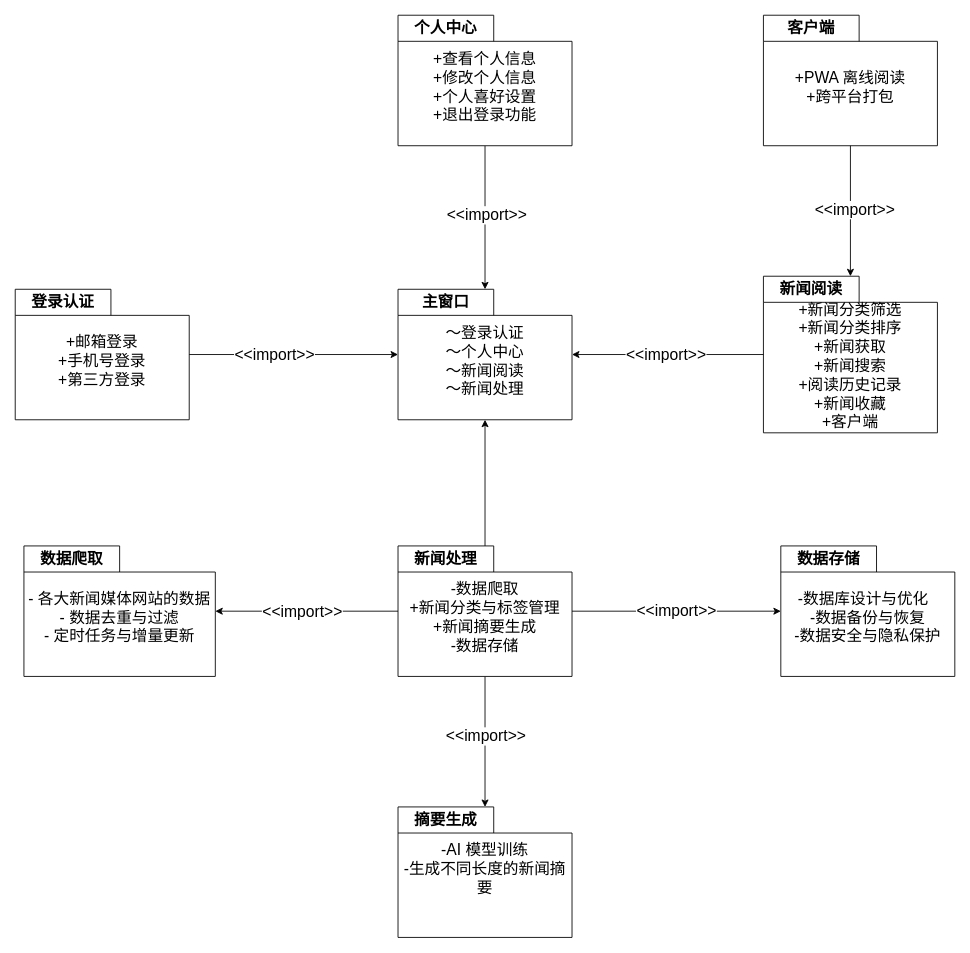
This is draw.io/包图.drawio from lijc210/app_storage, a draw.io file, before an edit. Source tidied: cells renumbered, new cells numbered last; positions are measured from the earlier drawing's top-left corner, leaving out a move shared by most shapes. Both pictures are drawn from the tidied source at 87%, with x=0, y=0 at pixel (15, 15).
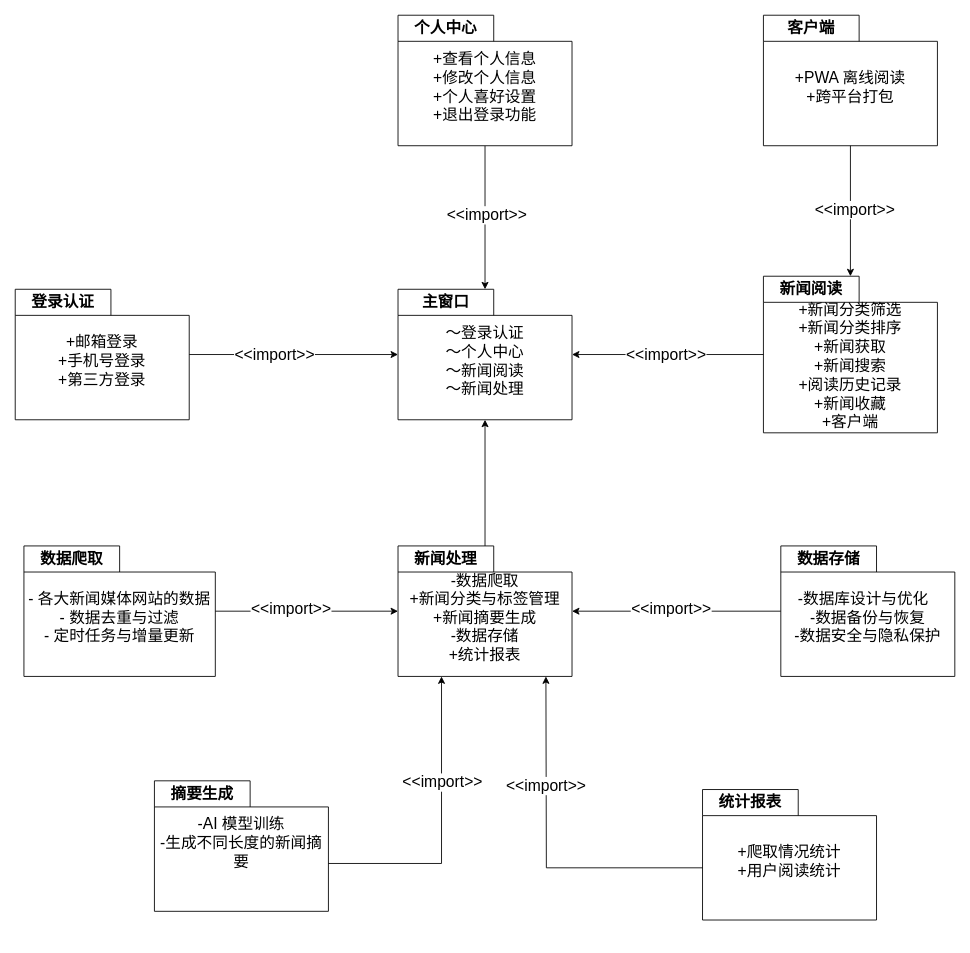
The same page after the edit.

Unchanged cells that the change refers to:
```xml
<mxCell id="15" value="新闻处理" style="shape=folder;fontStyle=1;tabWidth=110;tabHeight=30;tabPosition=left;html=1;boundedLbl=1;labelInHeader=1;whiteSpace=wrap;fontSize=18;" parent="1" vertex="1">
  <mxGeometry x="440" y="610" width="200" height="150" as="geometry" />
</mxCell>
<mxCell id="23" value="数据爬取" style="shape=folder;fontStyle=1;tabWidth=110;tabHeight=30;tabPosition=left;html=1;boundedLbl=1;labelInHeader=1;whiteSpace=wrap;fontSize=18;" parent="1" vertex="1">
  <mxGeometry x="10" y="610" width="220" height="150" as="geometry" />
</mxCell>
<mxCell id="29" value="数据存储" style="shape=folder;fontStyle=1;tabWidth=110;tabHeight=30;tabPosition=left;html=1;boundedLbl=1;labelInHeader=1;whiteSpace=wrap;fontSize=18;" parent="1" vertex="1">
  <mxGeometry x="880" y="610" width="200" height="150" as="geometry" />
</mxCell>
```

The edit, as a diff of the source:
```diff
@@
-    <mxCell id="13" style="edgeStyle=orthogonalEdgeStyle;rounded=0;jettySize=auto;html=1;fontSize=18;" parent="1" edge="1" source="15" target="27">
-      <mxGeometry relative="1" as="geometry" />
-    </mxCell>
-    <mxCell id="14" value="&amp;lt;&amp;lt;import&amp;gt;&amp;gt;" style="edgeLabel;html=1;align=center;verticalAlign=middle;fontSize=18;" parent="13" vertex="1">
-      <mxGeometry x="-0.09" relative="1" as="geometry" />
-    </mxCell>
@@
-    <mxCell id="16" value="-数据爬取&lt;br style=&quot;font-size: 18px;&quot;&gt;+新闻分类与标签管理&lt;br style=&quot;font-size: 18px;&quot;&gt;+新闻摘要生成&lt;br style=&quot;font-size: 18px;&quot;&gt;&lt;div style=&quot;font-size: 18px;&quot;&gt;-数据存储&lt;/div&gt;" style="html=1;strokeColor=none;fillColor=none;whiteSpace=wrap;fontSize=18;" parent="15" vertex="1">
+    <mxCell id="16" value="-数据爬取&lt;br style=&quot;font-size: 18px;&quot;&gt;+新闻分类与标签管理&lt;br style=&quot;font-size: 18px;&quot;&gt;+新闻摘要生成&lt;br style=&quot;font-size: 18px;&quot;&gt;&lt;div style=&quot;font-size: 18px;&quot;&gt;-数据存储&lt;br&gt;+统计报表&lt;/div&gt;" style="html=1;strokeColor=none;fillColor=none;whiteSpace=wrap;fontSize=18;" parent="15" vertex="1">
       <mxGeometry width="200" height="105" relative="1" as="geometry">
         <mxPoint y="30" as="offset" />
       </mxGeometry>
     </mxCell>
@@
-    <mxCell id="25" style="edgeStyle=orthogonalEdgeStyle;rounded=0;jettySize=auto;html=1;entryDx=150;entryDy=65;entryPerimeter=0;fontSize=18;" parent="1" edge="1" source="15" target="23">
-      <mxGeometry relative="1" as="geometry" />
-    </mxCell>
-    <mxCell id="26" value="&amp;lt;&amp;lt;import&amp;gt;&amp;gt;" style="edgeLabel;html=1;align=center;verticalAlign=middle;fontSize=18;" parent="25" vertex="1">
-      <mxGeometry x="0.06" relative="1" as="geometry" />
-    </mxCell>
     <mxCell id="27" value="摘要生成" style="shape=folder;fontStyle=1;tabWidth=110;tabHeight=30;tabPosition=left;html=1;boundedLbl=1;labelInHeader=1;whiteSpace=wrap;fontSize=18;" parent="1" vertex="1">
-      <mxGeometry x="440" y="910" width="200" height="150" as="geometry" />
+      <mxGeometry x="160" y="880" width="200" height="150" as="geometry" />
     </mxCell>
@@
-    <mxCell id="31" value="&lt;span style=&quot;font-size: 18px;&quot;&gt;&amp;lt;&amp;lt;import&amp;gt;&amp;gt;&lt;/span&gt;" style="edgeStyle=orthogonalEdgeStyle;rounded=0;jettySize=auto;html=1;entryDx=0;entryDy=65;entryPerimeter=0;fontSize=18;" parent="1" edge="1" source="15" target="29">
-      <mxGeometry relative="1" as="geometry" />
-    </mxCell>
@@
+    <mxCell id="36" value="统计报表" style="shape=folder;fontStyle=1;tabWidth=110;tabHeight=30;tabPosition=left;html=1;boundedLbl=1;labelInHeader=1;whiteSpace=wrap;fontSize=18;" parent="1" vertex="1">
+      <mxGeometry x="790" y="890" width="200" height="150" as="geometry" />
+    </mxCell>
+    <mxCell id="37" value="+爬取情况统计&lt;br&gt;+用户阅读统计" style="html=1;strokeColor=none;fillColor=none;whiteSpace=wrap;fontSize=18;" parent="36" vertex="1">
+      <mxGeometry width="200" height="105" relative="1" as="geometry">
+        <mxPoint y="30" as="offset" />
+      </mxGeometry>
+    </mxCell>
+    <mxCell id="38" style="edgeStyle=orthogonalEdgeStyle;rounded=0;jettySize=auto;html=1;entryDx=0;entryDy=0;entryPerimeter=0;" parent="1" edge="1" source="23" target="15">
+      <mxGeometry relative="1" as="geometry" />
+    </mxCell>
+    <mxCell id="39" value="&lt;span style=&quot;font-size: 18px;&quot;&gt;&amp;lt;&amp;lt;import&amp;gt;&amp;gt;&lt;/span&gt;" style="edgeLabel;html=1;align=center;verticalAlign=middle;" parent="38" vertex="1">
+      <mxGeometry x="-0.18" y="3" relative="1" as="geometry" />
+    </mxCell>
+    <mxCell id="40" style="edgeStyle=orthogonalEdgeStyle;rounded=0;jettySize=auto;html=1;entryDx=200;entryDy=90;entryPerimeter=0;" parent="1" edge="1" source="29" target="15">
+      <mxGeometry relative="1" as="geometry" />
+    </mxCell>
+    <mxCell id="41" value="&lt;span style=&quot;font-size: 18px;&quot;&gt;&amp;lt;&amp;lt;import&amp;gt;&amp;gt;&lt;/span&gt;" style="edgeLabel;html=1;align=center;verticalAlign=middle;" parent="40" vertex="1">
+      <mxGeometry x="0.06" y="-3" relative="1" as="geometry" />
+    </mxCell>
+    <mxCell id="42" style="edgeStyle=orthogonalEdgeStyle;rounded=0;jettySize=auto;html=1;entryDx=0;entryDy=0;entryPerimeter=0;" parent="1" edge="1" source="27" target="15">
+      <mxGeometry relative="1" as="geometry">
+        <Array as="points">
+          <mxPoint x="490" y="975" />
+        </Array>
+      </mxGeometry>
+    </mxCell>
+    <mxCell id="43" value="&lt;span style=&quot;font-size: 18px;&quot;&gt;&amp;lt;&amp;lt;import&amp;gt;&amp;gt;&lt;/span&gt;" style="edgeLabel;html=1;align=center;verticalAlign=middle;" parent="42" vertex="1">
+      <mxGeometry x="0.3" relative="1" as="geometry" />
+    </mxCell>
+    <mxCell id="44" style="edgeStyle=orthogonalEdgeStyle;rounded=0;jettySize=auto;html=1;entryDx=0;entryDy=0;entryPerimeter=0;exitX=0;exitY=0;exitDx=0;exitDy=90;exitPerimeter=0;" parent="1" edge="1" source="36">
+      <mxGeometry relative="1" as="geometry">
+        <mxPoint x="610" y="760" as="targetPoint" />
+      </mxGeometry>
+    </mxCell>
+    <mxCell id="45" value="&lt;span style=&quot;font-size: 18px;&quot;&gt;&amp;lt;&amp;lt;import&amp;gt;&amp;gt;&lt;/span&gt;" style="edgeLabel;html=1;align=center;verticalAlign=middle;" parent="44" vertex="1">
+      <mxGeometry x="0.37" y="1" relative="1" as="geometry" />
+    </mxCell>
```
